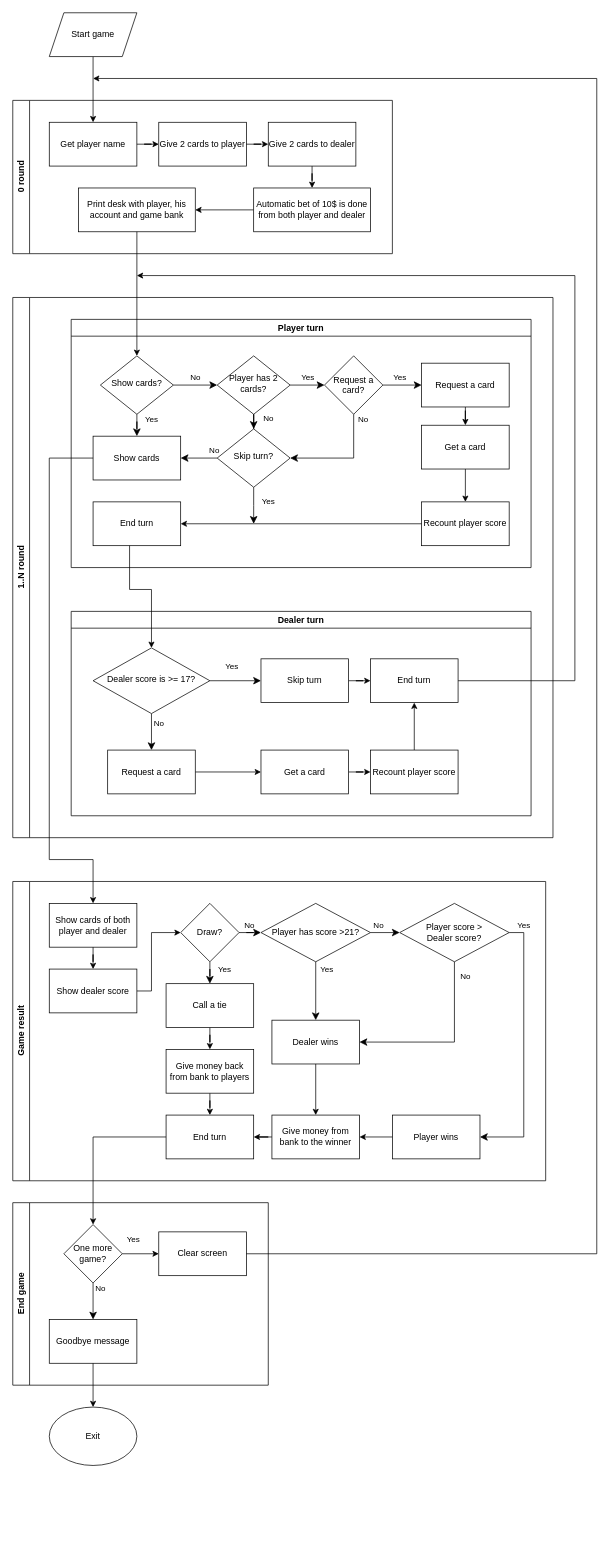
PrimusInterPares/BlackJack-game keeps this draw.io diagram as Diagrams/Game_flow.drawio. Above is the earlier version. Source tidied: cells renumbered, new cells numbered last; positions are measured from the earlier drawing's top-left corner, leaving out a move shared by most shapes. Both pictures are drawn from the tidied source at 73%, with x=0, y=0 at pixel (12, 12).
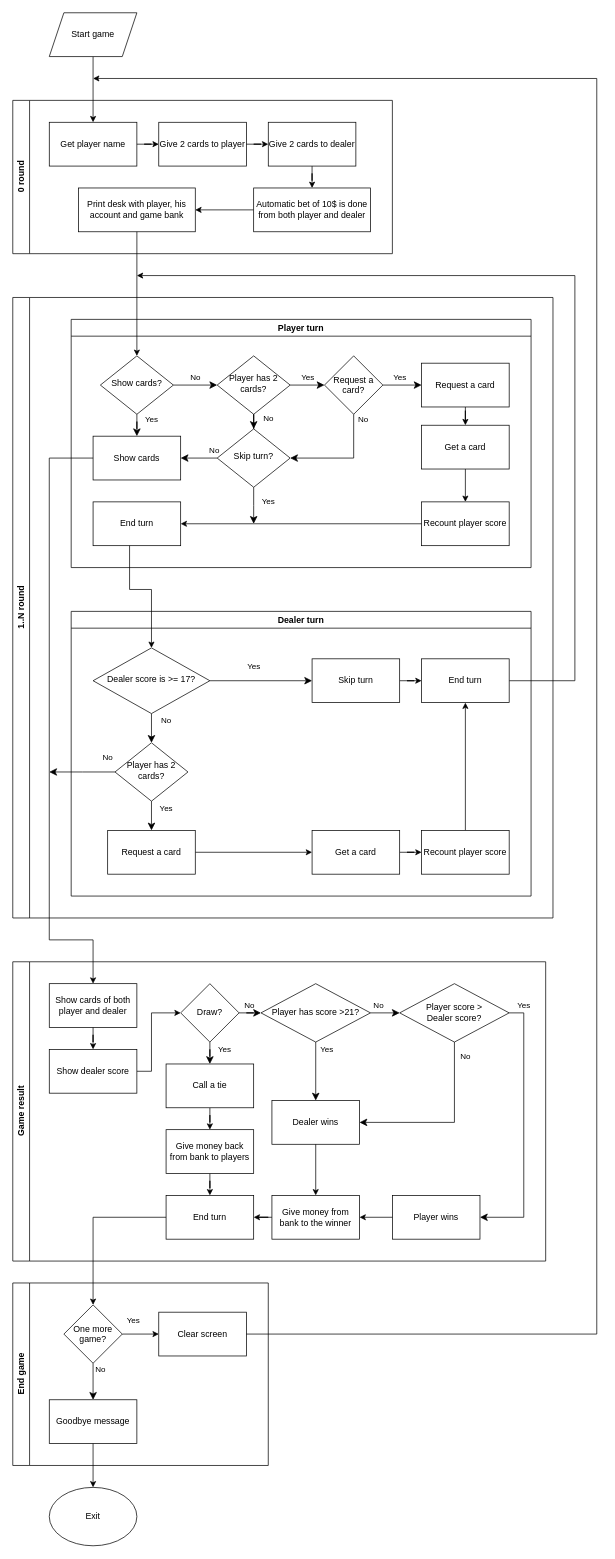
The same diagram, later.

Commit message:
Add verification if dealer has 2 cards

Unchanged cells that the change refers to:
```xml
<mxCell id="37" value="Show cards" style="rounded=0;whiteSpace=wrap;html=1;" parent="19" vertex="1">
  <mxGeometry x="30" y="160" width="120" height="60" as="geometry" />
</mxCell>
<mxCell id="42" value="Dealer score is &amp;gt;= 17?" style="rhombus;whiteSpace=wrap;html=1;shadow=0;fontFamily=Helvetica;fontSize=12;align=center;strokeWidth=1;spacing=6;spacingTop=-4;" parent="40" vertex="1">
  <mxGeometry x="30" y="50" width="160" height="90" as="geometry" />
</mxCell>
<mxCell id="58" value="Show cards of both player and dealer" style="rounded=0;whiteSpace=wrap;html=1;" parent="56" vertex="1">
  <mxGeometry x="50" y="30" width="120" height="60" as="geometry" />
</mxCell>
<mxCell id="86" value="Clear screen" style="rounded=0;whiteSpace=wrap;html=1;" parent="82" vertex="1">
  <mxGeometry x="200" y="40" width="120" height="60" as="geometry" />
</mxCell>
```

Diff of the diagram source:
```diff
@@
     <mxCell id="2" value="Exit" style="ellipse;whiteSpace=wrap;html=1;" parent="1" vertex="1">
-      <mxGeometry x="50" y="1910" width="120" height="80" as="geometry" />
+      <mxGeometry x="50" y="2020" width="120" height="80" as="geometry" />
     </mxCell>
@@
     <mxCell id="15" value="1..N round" style="swimlane;horizontal=0;whiteSpace=wrap;html=1;swimlaneLine=1;" parent="1" vertex="1">
-      <mxGeometry y="390" width="740" height="740" as="geometry" />
+      <mxGeometry y="390" width="740" height="850" as="geometry" />
     </mxCell>
@@
     <mxCell id="40" value="Dealer turn" style="swimlane;whiteSpace=wrap;html=1;" parent="15" vertex="1">
-      <mxGeometry x="80" y="430" width="630" height="280" as="geometry" />
+      <mxGeometry x="80" y="430" width="630" height="390" as="geometry" />
     </mxCell>
-    <mxCell id="41" value="No" style="rounded=0;html=1;jettySize=auto;fontSize=11;endArrow=classic;endFill=1;endSize=8;strokeWidth=1;shadow=0;labelBackgroundColor=none;edgeStyle=orthogonalEdgeStyle;" parent="40" edge="1" source="42" target="44">
-      <mxGeometry x="-0.43" y="10" relative="1" as="geometry" />
+    <mxCell id="41" value="No" style="rounded=0;html=1;jettySize=auto;fontSize=11;endArrow=classic;endFill=1;endSize=8;strokeWidth=1;shadow=0;labelBackgroundColor=none;edgeStyle=orthogonalEdgeStyle;" parent="40" edge="1" source="42" target="92">
+      <mxGeometry x="-0.5" y="20" relative="1" as="geometry" />
     </mxCell>
@@
     <mxCell id="44" value="Request a card" style="rounded=0;whiteSpace=wrap;html=1;" parent="40" vertex="1">
-      <mxGeometry x="50" y="190" width="120" height="60" as="geometry" />
+      <mxGeometry x="50" y="300" width="120" height="60" as="geometry" />
     </mxCell>
@@
     <mxCell id="46" value="End turn" style="rounded=0;whiteSpace=wrap;html=1;" parent="40" vertex="1">
-      <mxGeometry x="410" y="65" width="120" height="60" as="geometry" />
+      <mxGeometry x="480" y="65" width="120" height="60" as="geometry" />
     </mxCell>
@@
     <mxCell id="49" value="Get a card" style="rounded=0;whiteSpace=wrap;html=1;" parent="40" vertex="1">
-      <mxGeometry x="260" y="190" width="120" height="60" as="geometry" />
+      <mxGeometry x="330" y="300" width="120" height="60" as="geometry" />
     </mxCell>
@@
     <mxCell id="51" value="Recount player score" style="rounded=0;whiteSpace=wrap;html=1;" parent="40" vertex="1">
-      <mxGeometry x="410" y="190" width="120" height="60" as="geometry" />
+      <mxGeometry x="480" y="300" width="120" height="60" as="geometry" />
     </mxCell>
@@
     <mxCell id="53" value="Skip turn" style="rounded=0;whiteSpace=wrap;html=1;" parent="40" vertex="1">
-      <mxGeometry x="260" y="65" width="120" height="60" as="geometry" />
+      <mxGeometry x="330" y="65" width="120" height="60" as="geometry" />
     </mxCell>
+    <mxCell id="92" value="Player has 2 cards?" style="rhombus;whiteSpace=wrap;html=1;shadow=0;fontFamily=Helvetica;fontSize=12;align=center;strokeWidth=1;spacing=6;spacingTop=-4;" parent="40" vertex="1">
+      <mxGeometry x="60" y="180" width="100" height="80" as="geometry" />
+    </mxCell>
+    <mxCell id="93" value="No" style="rounded=0;html=1;jettySize=auto;fontSize=11;endArrow=classic;endFill=1;endSize=8;strokeWidth=1;shadow=0;labelBackgroundColor=none;edgeStyle=orthogonalEdgeStyle;" parent="40" edge="1" source="92">
+      <mxGeometry x="-0.78" y="-20" relative="1" as="geometry">
+        <mxPoint x="-30" y="220" as="targetPoint" />
+      </mxGeometry>
+    </mxCell>
+    <mxCell id="94" value="Yes" style="edgeStyle=orthogonalEdgeStyle;rounded=0;html=1;jettySize=auto;fontSize=11;endArrow=classic;endFill=1;endSize=8;strokeWidth=1;shadow=0;labelBackgroundColor=none;" parent="40" edge="1" source="92" target="44">
+      <mxGeometry x="-0.5" y="20" relative="1" as="geometry" />
+    </mxCell>
@@
     <mxCell id="56" value="Game result" style="swimlane;horizontal=0;whiteSpace=wrap;html=1;" parent="1" vertex="1">
-      <mxGeometry y="1190" width="730" height="410" as="geometry" />
+      <mxGeometry y="1300" width="730" height="410" as="geometry" />
     </mxCell>
@@
     <mxCell id="81" style="rounded=0;jettySize=auto;html=1;exitX=0;exitY=0.5;exitDx=0;exitDy=0;edgeStyle=orthogonalEdgeStyle;entryX=0.5;entryY=0;entryDx=0;entryDy=0;" parent="1" edge="1" source="37" target="58">
       <mxGeometry relative="1" as="geometry">
         <Array as="points">
           <mxPoint x="50" y="610" />
-          <mxPoint x="50" y="1160" />
-          <mxPoint x="110" y="1160" />
+          <mxPoint x="50" y="1270" />
+          <mxPoint x="110" y="1270" />
         </Array>
       </mxGeometry>
     </mxCell>
     <mxCell id="82" value="End game" style="swimlane;horizontal=0;whiteSpace=wrap;html=1;" parent="1" vertex="1">
-      <mxGeometry y="1630" width="350" height="250" as="geometry" />
+      <mxGeometry y="1740" width="350" height="250" as="geometry" />
     </mxCell>
@@
     <mxCell id="90" style="edgeStyle=orthogonalEdgeStyle;rounded=0;jettySize=auto;html=1;" parent="1" edge="1" source="86">
       <mxGeometry relative="1" as="geometry">
         <mxPoint x="110" y="90" as="targetPoint" />
         <Array as="points">
-          <mxPoint x="200" y="1700" />
-          <mxPoint x="800" y="1700" />
+          <mxPoint x="800" y="1810" />
           <mxPoint x="800" y="90" />
         </Array>
       </mxGeometry>
     </mxCell>
```
